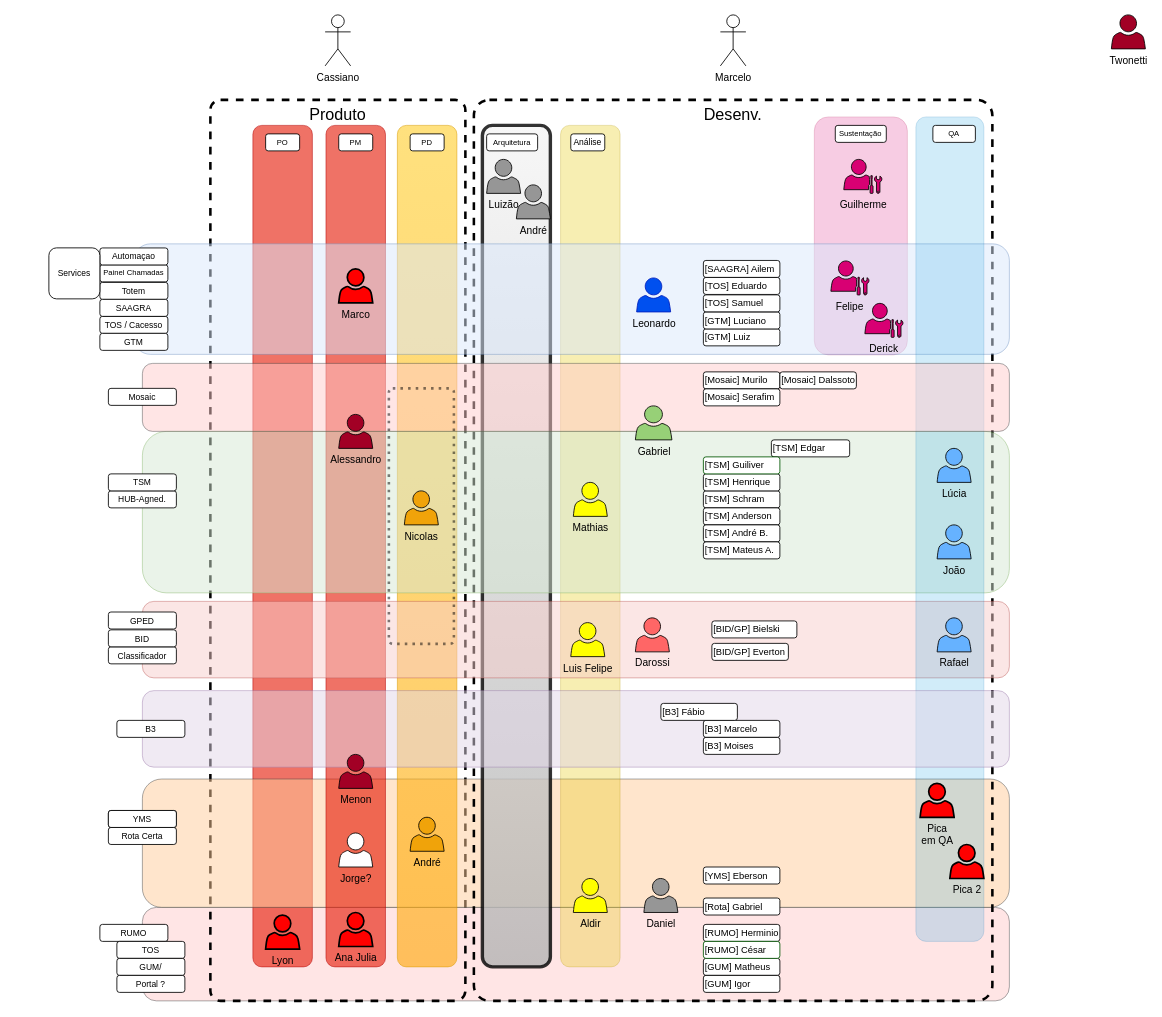
This is page "planoRUMO" (8 of 9) of time_org_24.drawio from marcelopedroso/yms_tech, a draw.io file, before an edit. Source tidied: cells renumbered, new cells numbered last; positions are measured from the earlier drawing's top-left corner, leaving out a move shared by most shapes. Both pictures are drawn from the tidied source at 85%, with x=0, y=0 at pixel (48, 14).
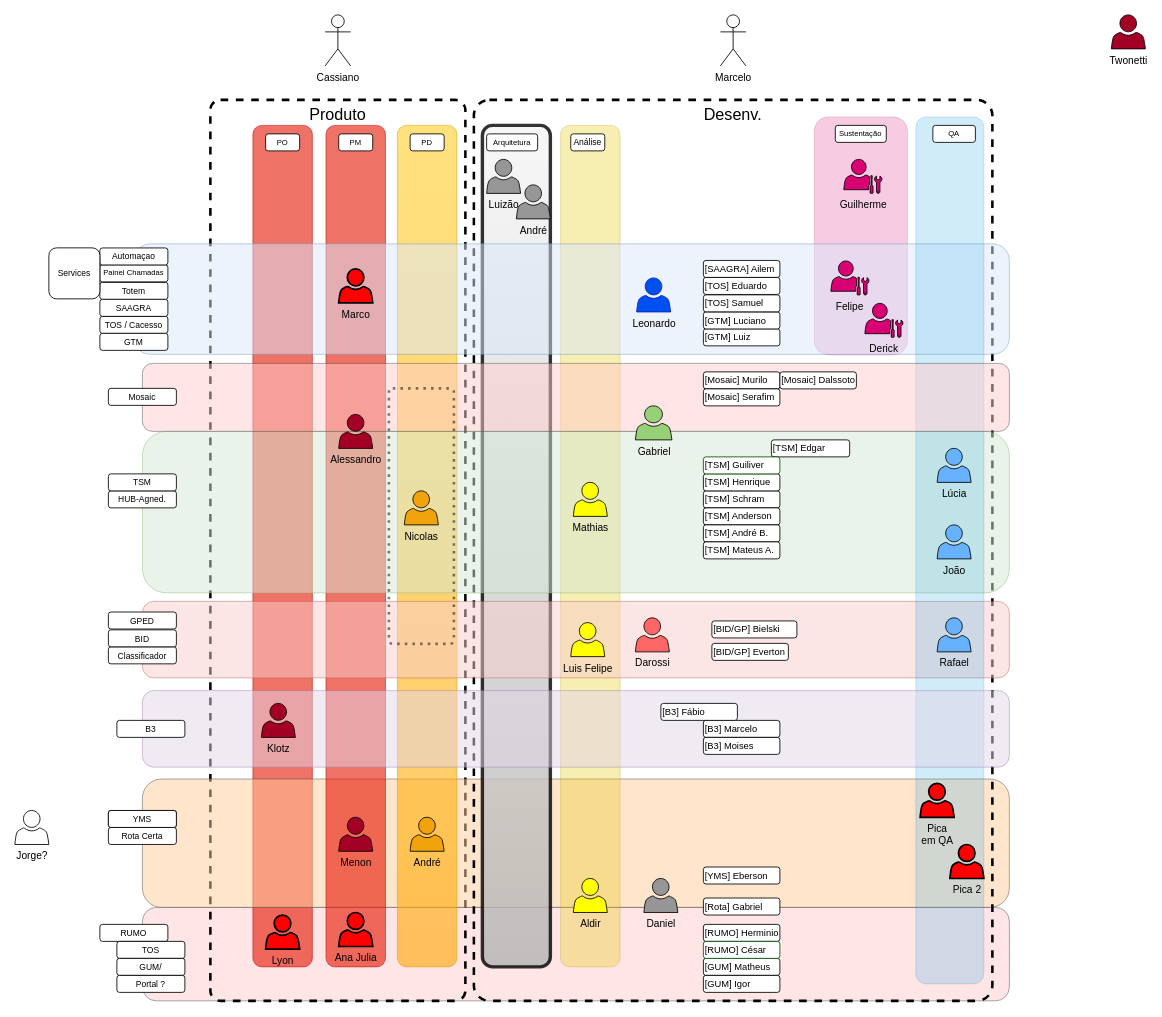
After the change.

The edit, as a diff of the source:
```diff
@@
     <mxCell id="27" style="rounded=1;whiteSpace=wrap;html=1;fillStyle=auto;opacity=20;fillColor=#1ba1e2;strokeColor=#006EAF;fontColor=#ffffff;" parent="1" vertex="1">
-      <mxGeometry x="1020" y="120" width="80" height="970" as="geometry" />
+      <mxGeometry x="1020" y="120" width="80" height="1020" as="geometry" />
     </mxCell>
@@
     <mxCell id="80" value="Jorge?" style="sketch=0;shadow=0;dashed=0;html=1;labelPosition=center;verticalLabelPosition=bottom;verticalAlign=top;align=center;shape=mxgraph.office.users.user;" parent="1" vertex="1">
-      <mxGeometry x="341" y="962.5" width="40" height="40" as="geometry" />
+      <mxGeometry x="-40" y="936" width="40" height="40" as="geometry" />
     </mxCell>
@@
     <mxCell id="99" value="Menon" style="sketch=0;shadow=0;dashed=0;html=1;labelPosition=center;verticalLabelPosition=bottom;verticalAlign=top;align=center;shape=mxgraph.office.users.user;fillColor=#a20025;fontColor=#000000;strokeColor=#000000;" parent="1" vertex="1">
-      <mxGeometry x="341" y="870" width="40" height="40" as="geometry" />
+      <mxGeometry x="341" y="944" width="40" height="40" as="geometry" />
     </mxCell>
@@
+    <mxCell id="101" value="Klotz" style="sketch=0;shadow=0;dashed=0;html=1;labelPosition=center;verticalLabelPosition=bottom;verticalAlign=top;align=center;shape=mxgraph.office.users.user;fillColor=#a20025;fontColor=#000000;strokeColor=#000000;" parent="1" vertex="1">
+      <mxGeometry x="250" y="810" width="40" height="40" as="geometry" />
+    </mxCell>
```
